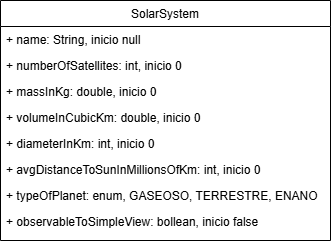
This is docs/ex_solar_system.drawio.png from Andreina2/ex_solar_system, a draw.io export, as it was before one commit. Source tidied: cells renumbered, new cells last; positions are measured from the earlier drawing's top-left corner, leaving out a move shared by most shapes.
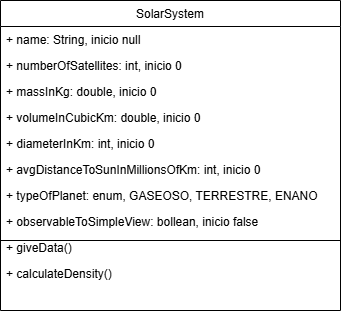
After the commit.

The edit, as a diff of the source:
```diff
@@ -3,31 +3,43 @@
     <mxCell id="0" />
     <mxCell id="1" parent="0" />
     <mxCell id="2" value="SolarSystem" style="swimlane;fontStyle=0;align=center;verticalAlign=top;horizontal=1;startSize=26;rounded=0;shadow=0;strokeWidth=1;" parent="1" vertex="1">
-      <mxGeometry width="330" height="240" as="geometry" />
+      <mxGeometry width="340" height="310" as="geometry" />
     </mxCell>
     <mxCell id="3" value="+ name: String, inicio null" style="text;align=left;verticalAlign=top;spacingLeft=4;spacingRight=4;overflow=hidden;" parent="2" vertex="1">
-      <mxGeometry y="26" width="330" height="26" as="geometry" />
+      <mxGeometry y="26" width="340" height="26" as="geometry" />
     </mxCell>
     <mxCell id="4" value="+ numberOfSatellites: int, inicio 0" style="text;align=left;verticalAlign=top;spacingLeft=4;spacingRight=4;overflow=hidden;rounded=0;shadow=0;html=0;" parent="2" vertex="1">
-      <mxGeometry y="52" width="330" height="26" as="geometry" />
+      <mxGeometry y="52" width="340" height="26" as="geometry" />
     </mxCell>
     <mxCell id="5" value="+ massInKg: double, inicio 0" style="text;align=left;verticalAlign=top;spacingLeft=4;spacingRight=4;overflow=hidden;rounded=0;shadow=0;html=0;" parent="2" vertex="1">
-      <mxGeometry y="78" width="330" height="26" as="geometry" />
+      <mxGeometry y="78" width="340" height="26" as="geometry" />
     </mxCell>
     <mxCell id="6" value="+ volumeInCubicKm: double, inicio 0" style="text;align=left;verticalAlign=top;spacingLeft=4;spacingRight=4;overflow=hidden;rounded=0;shadow=0;html=0;" parent="2" vertex="1">
-      <mxGeometry y="104" width="330" height="26" as="geometry" />
+      <mxGeometry y="104" width="340" height="26" as="geometry" />
     </mxCell>
     <mxCell id="7" value="+ diameterInKm: int, inicio 0" style="text;align=left;verticalAlign=top;spacingLeft=4;spacingRight=4;overflow=hidden;rounded=0;shadow=0;html=0;" parent="2" vertex="1">
-      <mxGeometry y="130" width="330" height="26" as="geometry" />
+      <mxGeometry y="130" width="340" height="26" as="geometry" />
     </mxCell>
     <mxCell id="8" value="+ avgDistanceToSunInMillionsOfKm: int, inicio 0" style="text;align=left;verticalAlign=top;spacingLeft=4;spacingRight=4;overflow=hidden;rounded=0;shadow=0;html=0;" parent="2" vertex="1">
-      <mxGeometry y="156" width="330" height="26" as="geometry" />
+      <mxGeometry y="156" width="340" height="26" as="geometry" />
     </mxCell>
     <mxCell id="9" value="+ typeOfPlanet: enum, GASEOSO, TERRESTRE, ENANO" style="text;align=left;verticalAlign=top;spacingLeft=4;spacingRight=4;overflow=hidden;rounded=0;shadow=0;html=0;" parent="2" vertex="1">
-      <mxGeometry y="182" width="330" height="26" as="geometry" />
+      <mxGeometry y="182" width="340" height="26" as="geometry" />
     </mxCell>
     <mxCell id="10" value="+ observableToSimpleView: bollean, inicio false" style="text;align=left;verticalAlign=top;spacingLeft=4;spacingRight=4;overflow=hidden;rounded=0;shadow=0;html=0;" parent="2" vertex="1">
-      <mxGeometry y="208" width="330" height="26" as="geometry" />
+      <mxGeometry y="208" width="340" height="26" as="geometry" />
     </mxCell>
+    <mxCell id="11" value="+ giveData()" style="text;align=left;verticalAlign=top;spacingLeft=4;spacingRight=4;overflow=hidden;rounded=0;shadow=0;html=0;" parent="2" vertex="1">
+      <mxGeometry y="234" width="340" height="26" as="geometry" />
+    </mxCell>
+    <mxCell id="12" value="+ calculateDensity()" style="text;align=left;verticalAlign=top;spacingLeft=4;spacingRight=4;overflow=hidden;rounded=0;shadow=0;html=0;" parent="2" vertex="1">
+      <mxGeometry y="260" width="340" height="26" as="geometry" />
+    </mxCell>
+    <mxCell id="13" style="endArrow=none;html=1;rounded=0;" parent="1" edge="1">
+      <mxGeometry relative="1" as="geometry">
+        <mxPoint y="240" as="sourcePoint" />
+        <mxPoint x="340" y="240" as="targetPoint" />
+      </mxGeometry>
+    </mxCell>
   </root>
 </mxGraphModel>
```
